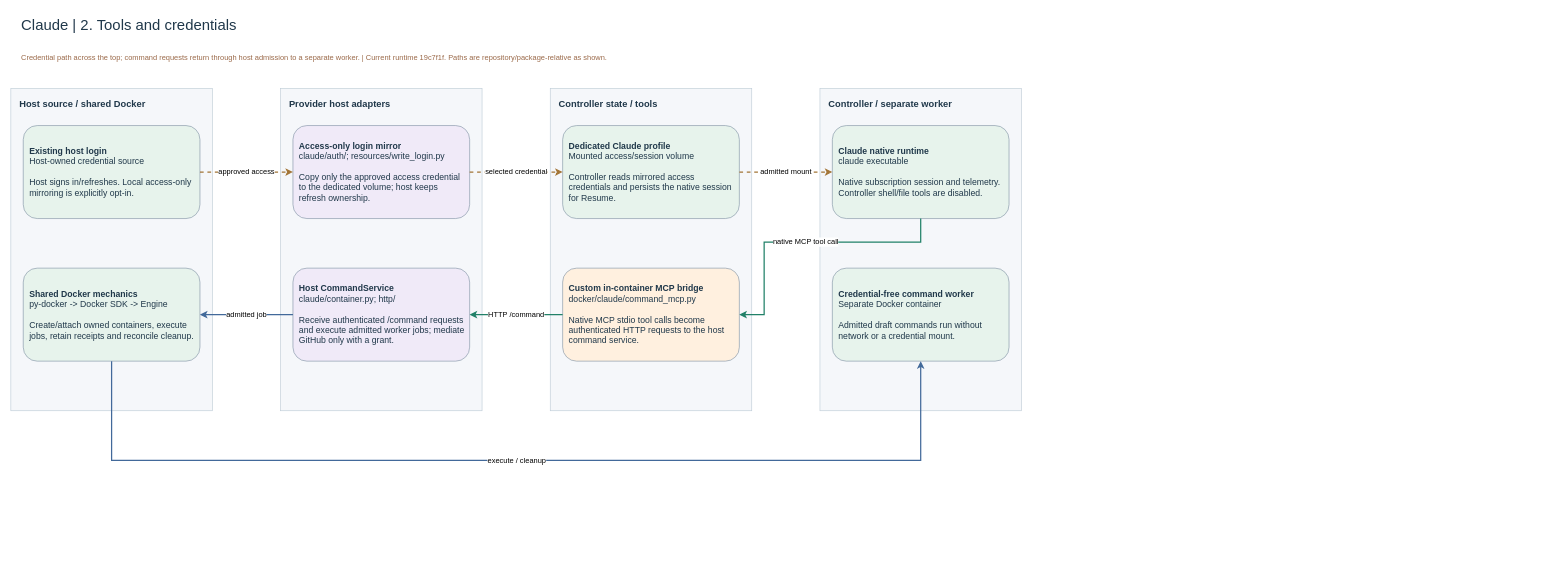
The draw.io diagram page "2. Tools and credentials" (2 of 3) of docs/features/agents/assets/provider-interactions/claude-custom-code.drawio in amadou-6e/laomedo, before the edit. Source tidied: cells renumbered, new cells numbered last; positions are measured from the earlier drawing's top-left corner, leaving out a move shared by most shapes. Both pictures are drawn from the tidied source at 62%, with x=0, y=0 at pixel (11, 11).
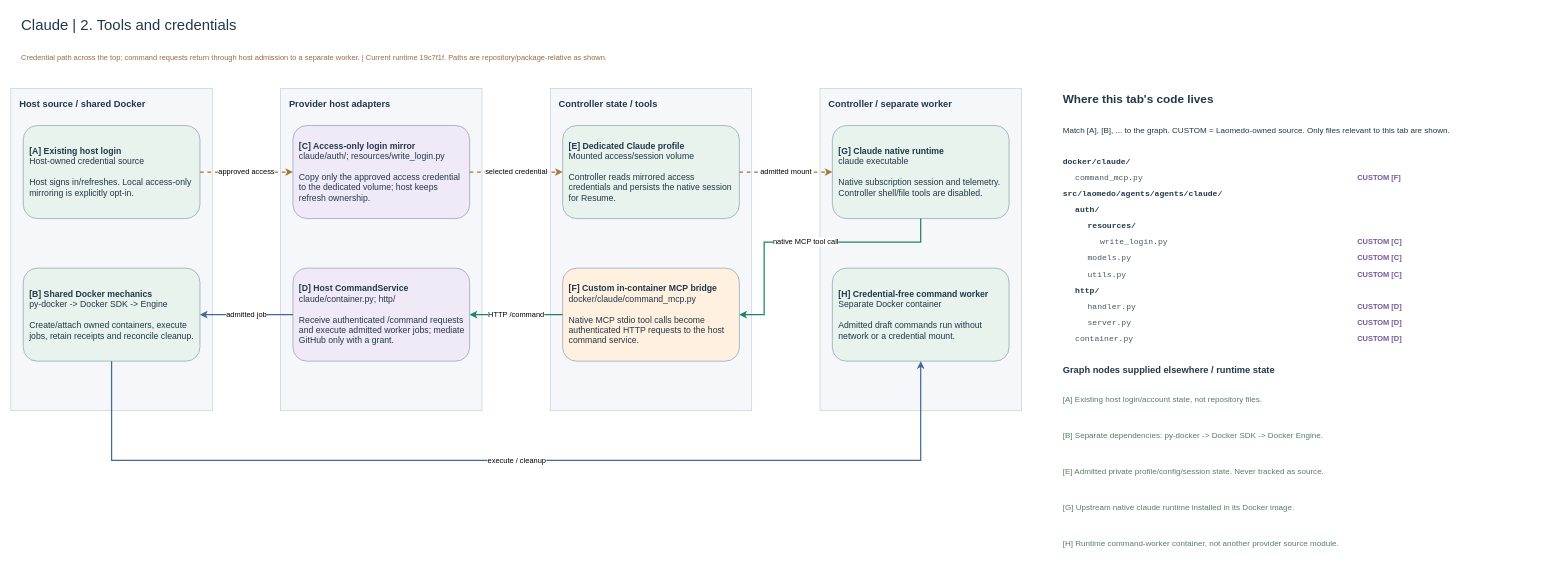
The same page after the edit.

The change refers to these unchanged cells:
```xml
<mxCell id="4" value="Host source / shared Docker" style="rounded=0;whiteSpace=wrap;html=1;resizeChildren=0;align=left;verticalAlign=top;spacingLeft=12;spacingTop=10;fillColor=#F5F7FA;strokeColor=#BDCBD6;fontColor=#20384A;fontSize=15;fontStyle=1;" parent="1" vertex="1">
  <mxGeometry y="125" width="325" height="520" as="geometry" />
</mxCell>
<mxCell id="7" value="Provider host adapters" style="rounded=0;whiteSpace=wrap;html=1;resizeChildren=0;align=left;verticalAlign=top;spacingLeft=12;spacingTop=10;fillColor=#F5F7FA;strokeColor=#BDCBD6;fontColor=#20384A;fontSize=15;fontStyle=1;" parent="1" vertex="1">
  <mxGeometry x="435" y="125" width="325" height="520" as="geometry" />
</mxCell>
<mxCell id="10" value="Controller state / tools" style="rounded=0;whiteSpace=wrap;html=1;resizeChildren=0;align=left;verticalAlign=top;spacingLeft=12;spacingTop=10;fillColor=#F5F7FA;strokeColor=#BDCBD6;fontColor=#20384A;fontSize=15;fontStyle=1;" parent="1" vertex="1">
  <mxGeometry x="870" y="125" width="325" height="520" as="geometry" />
</mxCell>
<mxCell id="13" value="Controller / separate worker" style="rounded=0;whiteSpace=wrap;html=1;resizeChildren=0;align=left;verticalAlign=top;spacingLeft=12;spacingTop=10;fillColor=#F5F7FA;strokeColor=#BDCBD6;fontColor=#20384A;fontSize=15;fontStyle=1;" parent="1" vertex="1">
  <mxGeometry x="1305" y="125" width="325" height="520" as="geometry" />
</mxCell>
```

Change to the diagram source:
```diff
@@
-    <mxCell id="5" value="&lt;b&gt;Existing host login&lt;/b&gt;&lt;br/&gt;Host-owned credential source&lt;br/&gt;&lt;br/&gt;Host signs in/refreshes. Local access-only mirroring is explicitly opt-in." style="shape=rectangle;rounded=1;whiteSpace=wrap;html=1;align=left;verticalAlign=middle;spacing=10;fillColor=#E7F3EC;strokeColor=#8193A5;fontColor=#20384A;fontSize=14;" parent="4" vertex="1">
+    <mxCell id="5" value="&lt;b&gt;[A] Existing host login&lt;/b&gt;&lt;br/&gt;Host-owned credential source&lt;br/&gt;&lt;br/&gt;Host signs in/refreshes. Local access-only mirroring is explicitly opt-in." style="shape=rectangle;rounded=1;whiteSpace=wrap;html=1;align=left;verticalAlign=middle;spacing=10;fillColor=#E7F3EC;strokeColor=#8193A5;fontColor=#20384A;fontSize=14;" parent="4" vertex="1">
       <mxGeometry x="20" y="60" width="285" height="150" as="geometry" />
     </mxCell>
-    <mxCell id="6" value="&lt;b&gt;Shared Docker mechanics&lt;/b&gt;&lt;br/&gt;py-docker -&amp;gt; Docker SDK -&amp;gt; Engine&lt;br/&gt;&lt;br/&gt;Create/attach owned containers, execute jobs, retain receipts and reconcile cleanup." style="shape=rectangle;rounded=1;whiteSpace=wrap;html=1;align=left;verticalAlign=middle;spacing=10;fillColor=#E7F3EC;strokeColor=#8193A5;fontColor=#20384A;fontSize=14;" parent="4" vertex="1">
+    <mxCell id="6" value="&lt;b&gt;[B] Shared Docker mechanics&lt;/b&gt;&lt;br/&gt;py-docker -&amp;gt; Docker SDK -&amp;gt; Engine&lt;br/&gt;&lt;br/&gt;Create/attach owned containers, execute jobs, retain receipts and reconcile cleanup." style="shape=rectangle;rounded=1;whiteSpace=wrap;html=1;align=left;verticalAlign=middle;spacing=10;fillColor=#E7F3EC;strokeColor=#8193A5;fontColor=#20384A;fontSize=14;" parent="4" vertex="1">
       <mxGeometry x="20" y="290" width="285" height="150" as="geometry" />
     </mxCell>
@@
-    <mxCell id="8" value="&lt;b&gt;Access-only login mirror&lt;/b&gt;&lt;br/&gt;claude/auth/; resources/write_login.py&lt;br/&gt;&lt;br/&gt;Copy only the approved access credential to the dedicated volume; host keeps refresh ownership." style="shape=rectangle;rounded=1;whiteSpace=wrap;html=1;align=left;verticalAlign=middle;spacing=10;fillColor=#F0EAF8;strokeColor=#8193A5;fontColor=#20384A;fontSize=14;" parent="7" vertex="1">
+    <mxCell id="8" value="&lt;b&gt;[C] Access-only login mirror&lt;/b&gt;&lt;br/&gt;claude/auth/; resources/write_login.py&lt;br/&gt;&lt;br/&gt;Copy only the approved access credential to the dedicated volume; host keeps refresh ownership." style="shape=rectangle;rounded=1;whiteSpace=wrap;html=1;align=left;verticalAlign=middle;spacing=10;fillColor=#F0EAF8;strokeColor=#8193A5;fontColor=#20384A;fontSize=14;" parent="7" vertex="1">
       <mxGeometry x="20" y="60" width="285" height="150" as="geometry" />
     </mxCell>
-    <mxCell id="9" value="&lt;b&gt;Host CommandService&lt;/b&gt;&lt;br/&gt;claude/container.py; http/&lt;br/&gt;&lt;br/&gt;Receive authenticated /command requests and execute admitted worker jobs; mediate GitHub only with a grant." style="shape=rectangle;rounded=1;whiteSpace=wrap;html=1;align=left;verticalAlign=middle;spacing=10;fillColor=#F0EAF8;strokeColor=#8193A5;fontColor=#20384A;fontSize=14;" parent="7" vertex="1">
+    <mxCell id="9" value="&lt;b&gt;[D] Host CommandService&lt;/b&gt;&lt;br/&gt;claude/container.py; http/&lt;br/&gt;&lt;br/&gt;Receive authenticated /command requests and execute admitted worker jobs; mediate GitHub only with a grant." style="shape=rectangle;rounded=1;whiteSpace=wrap;html=1;align=left;verticalAlign=middle;spacing=10;fillColor=#F0EAF8;strokeColor=#8193A5;fontColor=#20384A;fontSize=14;" parent="7" vertex="1">
       <mxGeometry x="20" y="290" width="285" height="150" as="geometry" />
     </mxCell>
@@
-    <mxCell id="11" value="&lt;b&gt;Dedicated Claude profile&lt;/b&gt;&lt;br/&gt;Mounted access/session volume&lt;br/&gt;&lt;br/&gt;Controller reads mirrored access credentials and persists the native session for Resume." style="shape=rectangle;rounded=1;whiteSpace=wrap;html=1;align=left;verticalAlign=middle;spacing=10;fillColor=#E7F3EC;strokeColor=#8193A5;fontColor=#20384A;fontSize=14;" parent="10" vertex="1">
+    <mxCell id="11" value="&lt;b&gt;[E] Dedicated Claude profile&lt;/b&gt;&lt;br/&gt;Mounted access/session volume&lt;br/&gt;&lt;br/&gt;Controller reads mirrored access credentials and persists the native session for Resume." style="shape=rectangle;rounded=1;whiteSpace=wrap;html=1;align=left;verticalAlign=middle;spacing=10;fillColor=#E7F3EC;strokeColor=#8193A5;fontColor=#20384A;fontSize=14;" parent="10" vertex="1">
       <mxGeometry x="20" y="60" width="285" height="150" as="geometry" />
     </mxCell>
-    <mxCell id="12" value="&lt;b&gt;Custom in-container MCP bridge&lt;/b&gt;&lt;br/&gt;docker/claude/command_mcp.py&lt;br/&gt;&lt;br/&gt;Native MCP stdio tool calls become authenticated HTTP requests to the host command service." style="shape=rectangle;rounded=1;whiteSpace=wrap;html=1;align=left;verticalAlign=middle;spacing=10;fillColor=#FFF0DF;strokeColor=#8193A5;fontColor=#20384A;fontSize=14;" parent="10" vertex="1">
+    <mxCell id="12" value="&lt;b&gt;[F] Custom in-container MCP bridge&lt;/b&gt;&lt;br/&gt;docker/claude/command_mcp.py&lt;br/&gt;&lt;br/&gt;Native MCP stdio tool calls become authenticated HTTP requests to the host command service." style="shape=rectangle;rounded=1;whiteSpace=wrap;html=1;align=left;verticalAlign=middle;spacing=10;fillColor=#FFF0DF;strokeColor=#8193A5;fontColor=#20384A;fontSize=14;" parent="10" vertex="1">
       <mxGeometry x="20" y="290" width="285" height="150" as="geometry" />
     </mxCell>
@@
-    <mxCell id="14" value="&lt;b&gt;Claude native runtime&lt;/b&gt;&lt;br/&gt;claude executable&lt;br/&gt;&lt;br/&gt;Native subscription session and telemetry. Controller shell/file tools are disabled." style="shape=rectangle;rounded=1;whiteSpace=wrap;html=1;align=left;verticalAlign=middle;spacing=10;fillColor=#E7F3EC;strokeColor=#8193A5;fontColor=#20384A;fontSize=14;" parent="13" vertex="1">
+    <mxCell id="14" value="&lt;b&gt;[G] Claude native runtime&lt;/b&gt;&lt;br/&gt;claude executable&lt;br/&gt;&lt;br/&gt;Native subscription session and telemetry. Controller shell/file tools are disabled." style="shape=rectangle;rounded=1;whiteSpace=wrap;html=1;align=left;verticalAlign=middle;spacing=10;fillColor=#E7F3EC;strokeColor=#8193A5;fontColor=#20384A;fontSize=14;" parent="13" vertex="1">
       <mxGeometry x="20" y="60" width="285" height="150" as="geometry" />
     </mxCell>
-    <mxCell id="15" value="&lt;b&gt;Credential-free command worker&lt;/b&gt;&lt;br/&gt;Separate Docker container&lt;br/&gt;&lt;br/&gt;Admitted draft commands run without network or a credential mount." style="shape=rectangle;rounded=1;whiteSpace=wrap;html=1;align=left;verticalAlign=middle;spacing=10;fillColor=#E7F3EC;strokeColor=#8193A5;fontColor=#20384A;fontSize=14;" parent="13" vertex="1">
+    <mxCell id="15" value="&lt;b&gt;[H] Credential-free command worker&lt;/b&gt;&lt;br/&gt;Separate Docker container&lt;br/&gt;&lt;br/&gt;Admitted draft commands run without network or a credential mount." style="shape=rectangle;rounded=1;whiteSpace=wrap;html=1;align=left;verticalAlign=middle;spacing=10;fillColor=#E7F3EC;strokeColor=#8193A5;fontColor=#20384A;fontSize=14;" parent="13" vertex="1">
       <mxGeometry x="20" y="290" width="285" height="150" as="geometry" />
     </mxCell>
@@
+    <mxCell id="23" value="Where this tab&amp;#x27;s code lives" style="text;html=1;whiteSpace=wrap;align=left;verticalAlign=middle;strokeColor=none;fillColor=none;fontFamily=Arial;fontSize=19;fontColor=#20384A;fontStyle=1;" parent="1" vertex="1">
+      <mxGeometry x="1695" y="125" width="760" height="35" as="geometry" />
+    </mxCell>
+    <mxCell id="24" value="Match [A], [B], ... to the graph. CUSTOM = Laomedo-owned source. Only files relevant to this tab are shown." style="text;html=1;whiteSpace=wrap;align=left;verticalAlign=middle;strokeColor=none;fillColor=none;fontFamily=Arial;fontSize=13;fontColor=#20384A;fontStyle=0;" parent="1" vertex="1">
+      <mxGeometry x="1695" y="165" width="760" height="55" as="geometry" />
+    </mxCell>
+    <mxCell id="25" value="docker/claude/" style="text;html=1;whiteSpace=wrap;align=left;verticalAlign=middle;strokeColor=none;fillColor=none;fontFamily=Consolas;fontSize=13;fontColor=#20384A;fontStyle=1;" parent="1" vertex="1">
+      <mxGeometry x="1695" y="230" width="465" height="25" as="geometry" />
+    </mxCell>
+    <mxCell id="26" value="command_mcp.py" style="text;html=1;whiteSpace=wrap;align=left;verticalAlign=middle;strokeColor=none;fillColor=none;fontFamily=Consolas;fontSize=13;fontColor=#455869;fontStyle=0;" parent="1" vertex="1">
+      <mxGeometry x="1715" y="256" width="445" height="25" as="geometry" />
+    </mxCell>
+    <mxCell id="27" value="CUSTOM  [F]" style="text;html=1;whiteSpace=wrap;align=left;verticalAlign=middle;strokeColor=none;fillColor=none;fontFamily=Arial;fontSize=12;fontColor=#75589C;fontStyle=1;" parent="1" vertex="1">
+      <mxGeometry x="2170" y="256" width="280" height="25" as="geometry" />
+    </mxCell>
+    <mxCell id="28" value="src/laomedo/agents/agents/claude/" style="text;html=1;whiteSpace=wrap;align=left;verticalAlign=middle;strokeColor=none;fillColor=none;fontFamily=Consolas;fontSize=13;fontColor=#20384A;fontStyle=1;" parent="1" vertex="1">
+      <mxGeometry x="1695" y="282" width="465" height="25" as="geometry" />
+    </mxCell>
+    <mxCell id="29" value="auth/" style="text;html=1;whiteSpace=wrap;align=left;verticalAlign=middle;strokeColor=none;fillColor=none;fontFamily=Consolas;fontSize=13;fontColor=#20384A;fontStyle=1;" parent="1" vertex="1">
+      <mxGeometry x="1715" y="308" width="445" height="25" as="geometry" />
+    </mxCell>
+    <mxCell id="30" value="resources/" style="text;html=1;whiteSpace=wrap;align=left;verticalAlign=middle;strokeColor=none;fillColor=none;fontFamily=Consolas;fontSize=13;fontColor=#20384A;fontStyle=1;" parent="1" vertex="1">
+      <mxGeometry x="1735" y="334" width="425" height="25" as="geometry" />
+    </mxCell>
+    <mxCell id="31" value="write_login.py" style="text;html=1;whiteSpace=wrap;align=left;verticalAlign=middle;strokeColor=none;fillColor=none;fontFamily=Consolas;fontSize=13;fontColor=#455869;fontStyle=0;" parent="1" vertex="1">
+      <mxGeometry x="1755" y="360" width="405" height="25" as="geometry" />
+    </mxCell>
+    <mxCell id="32" value="CUSTOM  [C]" style="text;html=1;whiteSpace=wrap;align=left;verticalAlign=middle;strokeColor=none;fillColor=none;fontFamily=Arial;fontSize=12;fontColor=#75589C;fontStyle=1;" parent="1" vertex="1">
+      <mxGeometry x="2170" y="360" width="280" height="25" as="geometry" />
+    </mxCell>
+    <mxCell id="33" value="models.py" style="text;html=1;whiteSpace=wrap;align=left;verticalAlign=middle;strokeColor=none;fillColor=none;fontFamily=Consolas;fontSize=13;fontColor=#455869;fontStyle=0;" parent="1" vertex="1">
+      <mxGeometry x="1735" y="386" width="425" height="25" as="geometry" />
+    </mxCell>
+    <mxCell id="34" value="CUSTOM  [C]" style="text;html=1;whiteSpace=wrap;align=left;verticalAlign=middle;strokeColor=none;fillColor=none;fontFamily=Arial;fontSize=12;fontColor=#75589C;fontStyle=1;" parent="1" vertex="1">
+      <mxGeometry x="2170" y="386" width="280" height="25" as="geometry" />
+    </mxCell>
+    <mxCell id="35" value="utils.py" style="text;html=1;whiteSpace=wrap;align=left;verticalAlign=middle;strokeColor=none;fillColor=none;fontFamily=Consolas;fontSize=13;fontColor=#455869;fontStyle=0;" parent="1" vertex="1">
+      <mxGeometry x="1735" y="412" width="425" height="25" as="geometry" />
+    </mxCell>
+    <mxCell id="36" value="CUSTOM  [C]" style="text;html=1;whiteSpace=wrap;align=left;verticalAlign=middle;strokeColor=none;fillColor=none;fontFamily=Arial;fontSize=12;fontColor=#75589C;fontStyle=1;" parent="1" vertex="1">
+      <mxGeometry x="2170" y="412" width="280" height="25" as="geometry" />
+    </mxCell>
+    <mxCell id="37" value="http/" style="text;html=1;whiteSpace=wrap;align=left;verticalAlign=middle;strokeColor=none;fillColor=none;fontFamily=Consolas;fontSize=13;fontColor=#20384A;fontStyle=1;" parent="1" vertex="1">
+      <mxGeometry x="1715" y="438" width="445" height="25" as="geometry" />
+    </mxCell>
+    <mxCell id="38" value="handler.py" style="text;html=1;whiteSpace=wrap;align=left;verticalAlign=middle;strokeColor=none;fillColor=none;fontFamily=Consolas;fontSize=13;fontColor=#455869;fontStyle=0;" parent="1" vertex="1">
+      <mxGeometry x="1735" y="464" width="425" height="25" as="geometry" />
+    </mxCell>
+    <mxCell id="39" value="CUSTOM  [D]" style="text;html=1;whiteSpace=wrap;align=left;verticalAlign=middle;strokeColor=none;fillColor=none;fontFamily=Arial;fontSize=12;fontColor=#75589C;fontStyle=1;" parent="1" vertex="1">
+      <mxGeometry x="2170" y="464" width="280" height="25" as="geometry" />
+    </mxCell>
+    <mxCell id="40" value="server.py" style="text;html=1;whiteSpace=wrap;align=left;verticalAlign=middle;strokeColor=none;fillColor=none;fontFamily=Consolas;fontSize=13;fontColor=#455869;fontStyle=0;" parent="1" vertex="1">
+      <mxGeometry x="1735" y="490" width="425" height="25" as="geometry" />
+    </mxCell>
+    <mxCell id="41" value="CUSTOM  [D]" style="text;html=1;whiteSpace=wrap;align=left;verticalAlign=middle;strokeColor=none;fillColor=none;fontFamily=Arial;fontSize=12;fontColor=#75589C;fontStyle=1;" parent="1" vertex="1">
+      <mxGeometry x="2170" y="490" width="280" height="25" as="geometry" />
+    </mxCell>
+    <mxCell id="42" value="container.py" style="text;html=1;whiteSpace=wrap;align=left;verticalAlign=middle;strokeColor=none;fillColor=none;fontFamily=Consolas;fontSize=13;fontColor=#455869;fontStyle=0;" parent="1" vertex="1">
+      <mxGeometry x="1715" y="516" width="445" height="25" as="geometry" />
+    </mxCell>
+    <mxCell id="43" value="CUSTOM  [D]" style="text;html=1;whiteSpace=wrap;align=left;verticalAlign=middle;strokeColor=none;fillColor=none;fontFamily=Arial;fontSize=12;fontColor=#75589C;fontStyle=1;" parent="1" vertex="1">
+      <mxGeometry x="2170" y="516" width="280" height="25" as="geometry" />
+    </mxCell>
+    <mxCell id="44" value="Graph nodes supplied elsewhere / runtime state" style="text;html=1;whiteSpace=wrap;align=left;verticalAlign=middle;strokeColor=none;fillColor=none;fontFamily=Arial;fontSize=15;fontColor=#20384A;fontStyle=1;" parent="1" vertex="1">
+      <mxGeometry x="1695" y="560" width="760" height="35" as="geometry" />
+    </mxCell>
+    <mxCell id="45" value="[A] Existing host login/account state, not repository files." style="text;html=1;whiteSpace=wrap;align=left;verticalAlign=middle;strokeColor=none;fillColor=none;fontFamily=Arial;fontSize=13;fontColor=#557E65;fontStyle=0;" parent="1" vertex="1">
+      <mxGeometry x="1695" y="600" width="760" height="53" as="geometry" />
+    </mxCell>
+    <mxCell id="46" value="[B] Separate dependencies: py-docker -&amp;gt; Docker SDK -&amp;gt; Docker Engine." style="text;html=1;whiteSpace=wrap;align=left;verticalAlign=middle;strokeColor=none;fillColor=none;fontFamily=Arial;fontSize=13;fontColor=#557E65;fontStyle=0;" parent="1" vertex="1">
+      <mxGeometry x="1695" y="658" width="760" height="53" as="geometry" />
+    </mxCell>
+    <mxCell id="47" value="[E] Admitted private profile/config/session state. Never tracked as source." style="text;html=1;whiteSpace=wrap;align=left;verticalAlign=middle;strokeColor=none;fillColor=none;fontFamily=Arial;fontSize=13;fontColor=#557E65;fontStyle=0;" parent="1" vertex="1">
+      <mxGeometry x="1695" y="716" width="760" height="53" as="geometry" />
+    </mxCell>
+    <mxCell id="48" value="[G] Upstream native claude runtime installed in its Docker image." style="text;html=1;whiteSpace=wrap;align=left;verticalAlign=middle;strokeColor=none;fillColor=none;fontFamily=Arial;fontSize=13;fontColor=#557E65;fontStyle=0;" parent="1" vertex="1">
+      <mxGeometry x="1695" y="774" width="760" height="53" as="geometry" />
+    </mxCell>
+    <mxCell id="49" value="[H] Runtime command-worker container, not another provider source module." style="text;html=1;whiteSpace=wrap;align=left;verticalAlign=middle;strokeColor=none;fillColor=none;fontFamily=Arial;fontSize=13;fontColor=#557E65;fontStyle=0;" parent="1" vertex="1">
+      <mxGeometry x="1695" y="832" width="760" height="53" as="geometry" />
+    </mxCell>
```
